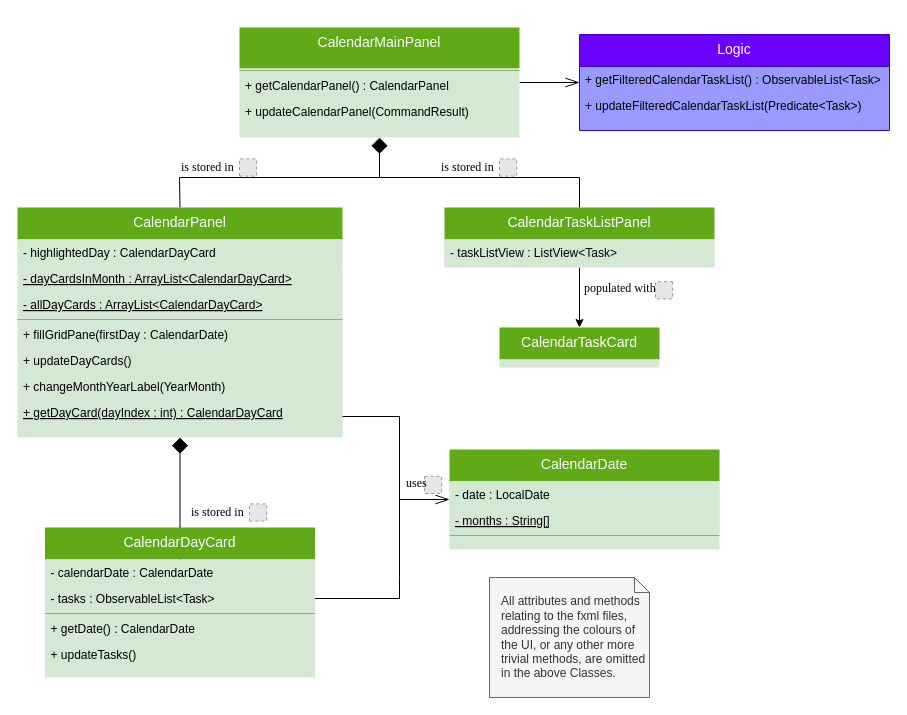
Above: docs/diagrams/CalendarUiClassDiagram.drawio in yapdianhao/main (draw.io), before the change. Source tidied: cells renumbered, new cells numbered last; positions are measured from the earlier drawing's top-left corner, leaving out a move shared by most shapes. Both pictures are drawn from the tidied source at 100%, with x=0, y=0 at pixel (17, 27). Pictures stored in the file or linked from it are replaced by grey dashed boxes.
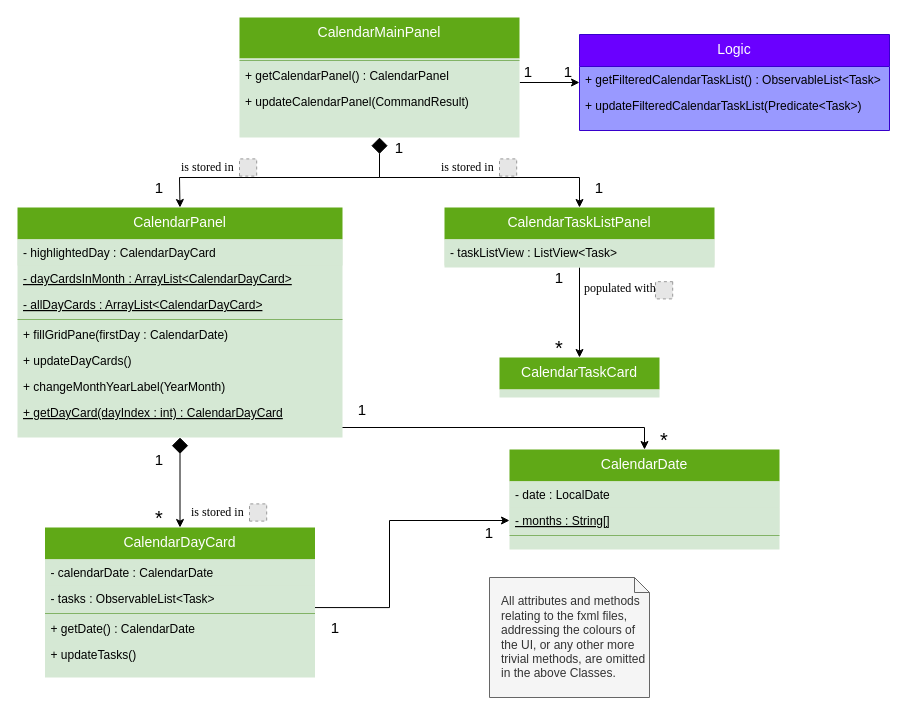
The same page after the edit.

Commit message (it also covers changes not shown here):
update Calendar class diagram

The change refers to these unchanged cells:
```xml
<mxCell id="5" value="+ getCalendarPanel() : CalendarPanel" style="text;strokeColor=none;fillColor=none;align=left;verticalAlign=top;spacingLeft=4;spacingRight=4;overflow=hidden;points=[[0,0.5],[1,0.5]];portConstraint=eastwest;fontSize=12;" parent="3" vertex="1">
  <mxGeometry y="45" width="280" height="26" as="geometry" />
</mxCell>
<mxCell id="9" value="CalendarTaskListPanel" style="swimlane;fontStyle=0;align=center;verticalAlign=top;horizontal=1;startSize=32;rounded=0;shadow=0;strokeWidth=1;fillColor=#60a917;strokeColor=none;fontColor=#ffffff;swimlaneFillColor=#D5E8D4;fontSize=14;" parent="1" vertex="1">
  <mxGeometry x="427" y="180" width="270" height="60" as="geometry" />
</mxCell>
<mxCell id="14" value="CalendarPanel" style="swimlane;fontStyle=0;align=center;verticalAlign=top;horizontal=1;startSize=32;rounded=0;shadow=0;strokeWidth=1;fillColor=#60a917;strokeColor=none;fontColor=#ffffff;swimlaneFillColor=#D5E8D4;fontSize=14;" parent="1" vertex="1">
  <mxGeometry y="180" width="325" height="230" as="geometry" />
</mxCell>
<mxCell id="23" value="CalendarDayCard" style="swimlane;fontStyle=0;align=center;verticalAlign=top;horizontal=1;startSize=32;rounded=0;shadow=0;strokeWidth=1;fillColor=#60a917;strokeColor=none;fontColor=#ffffff;swimlaneFillColor=#D5E8D4;fontSize=14;" parent="1" vertex="1">
  <mxGeometry x="27.5" y="500" width="270" height="150" as="geometry" />
</mxCell>
<mxCell id="25" value="- tasks : ObservableList&lt;Task&gt;" style="text;align=left;verticalAlign=top;spacingLeft=4;spacingRight=4;overflow=hidden;points=[[0,0.5],[1,0.5]];portConstraint=eastwest;fillColor=#d5e8d4;strokeColor=none;" parent="23" vertex="1">
  <mxGeometry y="58" width="270" height="26" as="geometry" />
</mxCell>
<mxCell id="35" value="Logic" style="swimlane;fontStyle=0;align=center;verticalAlign=top;horizontal=1;startSize=32;rounded=0;shadow=0;strokeWidth=1;fillColor=#6a00ff;strokeColor=#3700CC;fontColor=#ffffff;swimlaneFillColor=#9999FF;fontSize=14;" parent="1" vertex="1">
  <mxGeometry x="562" y="7" width="310" height="96" as="geometry" />
</mxCell>
<mxCell id="47" style="group;" parent="1" vertex="1">
  <mxGeometry x="387" y="446" width="77.2" height="20" as="geometry" />
</mxCell>
```

Change to the diagram source:
```diff
@@
-    <mxCell id="2" style="edgeStyle=orthogonalEdgeStyle;rounded=0;jettySize=auto;html=1;exitX=1;exitY=0.5;exitDx=0;exitDy=0;entryX=0;entryY=0.5;entryDx=0;entryDy=0;startArrow=none;startFill=0;endArrow=openThin;endFill=0;endSize=12;strokeColor=#000000;strokeWidth=1;fontSize=12;" parent="1" edge="1" source="3" target="35">
+    <mxCell id="2" style="edgeStyle=orthogonalEdgeStyle;rounded=0;jettySize=auto;html=1;exitX=1.001;exitY=0.782;exitDx=0;exitDy=0;entryX=0;entryY=0.5;entryDx=0;entryDy=0;startArrow=none;startFill=0;endArrow=classic;endFill=1;endSize=6;strokeColor=#000000;strokeWidth=1;fontSize=12;exitPerimeter=0;" parent="1" edge="1" source="5" target="35">
       <mxGeometry relative="1" as="geometry">
         <Array as="points">
           <mxPoint x="562" y="55" />
         </Array>
       </mxGeometry>
     </mxCell>
     <mxCell id="3" value="CalendarMainPanel" style="swimlane;fontStyle=0;align=center;verticalAlign=top;horizontal=1;startSize=41;rounded=0;shadow=0;strokeWidth=1;fillColor=#60a917;strokeColor=none;fontColor=#ffffff;swimlaneFillColor=#D5E8D4;fontSize=14;" parent="1" vertex="1">
-      <mxGeometry x="222" width="280" height="110" as="geometry" />
+      <mxGeometry x="222" y="-10" width="280" height="120" as="geometry" />
     </mxCell>
@@
-    <mxCell id="11" style="endArrow=none;html=1;endSize=12;startArrow=diamond;startSize=14;startFill=1;edgeStyle=orthogonalEdgeStyle;align=left;verticalAlign=bottom;fontSize=14;rounded=0;entryX=0.5;entryY=0;entryDx=0;entryDy=0;endFill=0;" parent="1" edge="1" target="9">
+    <mxCell id="11" style="endArrow=classic;html=1;endSize=6;startArrow=diamond;startSize=14;startFill=1;edgeStyle=orthogonalEdgeStyle;align=left;verticalAlign=bottom;fontSize=14;rounded=0;entryX=0.5;entryY=0;entryDx=0;entryDy=0;endFill=1;" parent="1" edge="1" target="9">
       <mxGeometry x="-0.92" relative="1" as="geometry">
         <mxPoint x="362" y="110" as="sourcePoint" />
         <Array as="points">
           <mxPoint x="362" y="150" />
           <mxPoint x="562" y="150" />
         </Array>
       </mxGeometry>
     </mxCell>
-    <mxCell id="12" style="endArrow=none;html=1;strokeWidth=1;fontSize=14;endFill=0;endSize=12;entryX=0.5;entryY=0;entryDx=0;entryDy=0;rounded=0;" parent="1" edge="1" target="14">
+    <mxCell id="12" style="endArrow=classic;html=1;strokeWidth=1;fontSize=14;endFill=1;endSize=6;entryX=0.5;entryY=0;entryDx=0;entryDy=0;rounded=0;" parent="1" edge="1" target="14">
       <mxGeometry relative="1" as="geometry">
         <mxPoint x="362" y="150" as="sourcePoint" />
         <Array as="points">
           <mxPoint x="162" y="150" />
         </Array>
       </mxGeometry>
     </mxCell>
-    <mxCell id="13" style="endArrow=none;html=1;endSize=12;startArrow=diamond;startSize=14;startFill=1;edgeStyle=orthogonalEdgeStyle;align=left;verticalAlign=bottom;fontSize=14;rounded=0;entryX=0.5;entryY=0;entryDx=0;entryDy=0;endFill=0;exitX=0.5;exitY=1;exitDx=0;exitDy=0;" parent="1" edge="1" source="14" target="23">
-      <mxGeometry x="-0.92" relative="1" as="geometry">
-        <Array as="points">
-          <mxPoint x="163" y="540" />
-          <mxPoint x="163" y="540" />
-        </Array>
-      </mxGeometry>
+    <mxCell id="13" style="endArrow=classic;html=1;endSize=6;startArrow=diamond;startSize=14;startFill=1;edgeStyle=orthogonalEdgeStyle;align=left;verticalAlign=bottom;fontSize=14;rounded=0;endFill=1;exitX=0.5;exitY=1;exitDx=0;exitDy=0;entryX=0.5;entryY=0;entryDx=0;entryDy=0;" parent="1" edge="1" source="14" target="23">
+      <mxGeometry x="-0.92" relative="1" as="geometry" />
     </mxCell>
@@
-    <mxCell id="29" style="edgeStyle=orthogonalEdgeStyle;rounded=0;jettySize=auto;html=1;exitX=1;exitY=0.5;exitDx=0;exitDy=0;entryX=0;entryY=0.5;entryDx=0;entryDy=0;startArrow=none;startFill=0;endArrow=openThin;endFill=0;endSize=12;strokeWidth=1;fontSize=12;" parent="1" edge="1" target="31">
-      <mxGeometry relative="1" as="geometry">
-        <mxPoint x="325" y="389" as="sourcePoint" />
-        <Array as="points">
-          <mxPoint x="382" y="389" />
-          <mxPoint x="382" y="472" />
-        </Array>
-      </mxGeometry>
-    </mxCell>
-    <mxCell id="30" style="endArrow=none;html=1;strokeWidth=1;fontSize=12;exitX=1;exitY=0.5;exitDx=0;exitDy=0;strokeColor=#000000;rounded=0;" parent="1" edge="1" source="25">
-      <mxGeometry relative="1" as="geometry">
-        <mxPoint x="382" y="390" as="targetPoint" />
-        <Array as="points">
-          <mxPoint x="382" y="571" />
-          <mxPoint x="382" y="550" />
-        </Array>
-      </mxGeometry>
-    </mxCell>
-    <mxCell id="31" value="CalendarDate" style="swimlane;fontStyle=0;align=center;verticalAlign=top;horizontal=1;startSize=32;rounded=0;shadow=0;strokeWidth=1;fillColor=#60a917;strokeColor=none;fontColor=#ffffff;swimlaneFillColor=#D5E8D4;fontSize=14;" parent="1" vertex="1">
-      <mxGeometry x="432" y="422" width="270" height="100" as="geometry" />
-    </mxCell>
-    <mxCell id="32" value="- date : LocalDate" style="text;align=left;verticalAlign=top;spacingLeft=4;spacingRight=4;overflow=hidden;rounded=0;shadow=0;html=0;fillColor=#d5e8d4;strokeColor=none;" parent="31" vertex="1">
-      <mxGeometry y="32" width="270" height="26" as="geometry" />
-    </mxCell>
-    <mxCell id="33" value="- months : String[]" style="text;align=left;verticalAlign=top;spacingLeft=4;spacingRight=4;overflow=hidden;points=[[0,0.5],[1,0.5]];portConstraint=eastwest;fillColor=#d5e8d4;strokeColor=none;fontStyle=4;" parent="31" vertex="1">
-      <mxGeometry y="58" width="270" height="26" as="geometry" />
-    </mxCell>
-    <mxCell id="34" style="line;html=1;strokeWidth=1;align=left;verticalAlign=middle;spacingTop=-1;spacingLeft=3;spacingRight=3;labelPosition=right;fillColor=#d5e8d4;strokeColor=#82b366;shadow=0;gradientColor=none;" parent="31" vertex="1">
-      <mxGeometry y="84" width="270" height="4" as="geometry" />
-    </mxCell>
@@
-    <mxCell id="48" style="group;" parent="47" vertex="1">
-      <mxGeometry width="77.2" height="20" as="geometry" />
-    </mxCell>
-    <mxCell id="49" style="fillColor=#E6E6E6;strokeColor=#999999;dashed=1;html=1;verticalAlign=top;verticalLabelPosition=bottom;labelBackgroundColor=#ffffff;rotation=0;" parent="48" vertex="1">
-      <mxGeometry x="20" y="2.8" width="17.2" height="17.2" as="geometry" />
-    </mxCell>
-    <mxCell id="50" value="&lt;div align=&quot;left&quot;&gt;&lt;p&gt;&lt;font face=&quot;Times New Roman&quot;&gt;uses&lt;/font&gt;&lt;/p&gt;&lt;/div&gt;" style="text;html=1;align=left;verticalAlign=middle;whiteSpace=wrap;rounded=0;shadow=0;" parent="48" vertex="1">
-      <mxGeometry width="20" height="20" as="geometry" />
-    </mxCell>
-    <mxCell id="51" value="CalendarTaskCard" style="swimlane;fontStyle=0;align=center;verticalAlign=top;horizontal=1;startSize=32;rounded=0;shadow=0;strokeWidth=1;fillColor=#60a917;strokeColor=none;fontColor=#ffffff;swimlaneFillColor=#D5E8D4;fontSize=14;" parent="1" vertex="1">
-      <mxGeometry x="482" y="300" width="160" height="40" as="geometry" />
-    </mxCell>
@@
+    <mxCell id="55" value="&lt;font style=&quot;font-size: 15px&quot;&gt;1&lt;/font&gt;" style="text;html=1;strokeColor=none;fillColor=none;align=center;verticalAlign=middle;whiteSpace=wrap;rounded=0;" parent="1" vertex="1">
+      <mxGeometry x="531" y="34" width="40" height="20" as="geometry" />
+    </mxCell>
+    <mxCell id="56" value="&lt;font style=&quot;font-size: 15px&quot;&gt;1&lt;/font&gt;" style="text;html=1;strokeColor=none;fillColor=none;align=center;verticalAlign=middle;whiteSpace=wrap;rounded=0;" parent="1" vertex="1">
+      <mxGeometry x="122" y="150" width="40" height="20" as="geometry" />
+    </mxCell>
+    <mxCell id="57" value="&lt;font style=&quot;font-size: 15px&quot;&gt;1&lt;/font&gt;" style="text;html=1;strokeColor=none;fillColor=none;align=center;verticalAlign=middle;whiteSpace=wrap;rounded=0;" parent="1" vertex="1">
+      <mxGeometry x="562" y="150" width="40" height="20" as="geometry" />
+    </mxCell>
+    <mxCell id="51" value="CalendarTaskCard" style="swimlane;fontStyle=0;align=center;verticalAlign=top;horizontal=1;startSize=32;rounded=0;shadow=0;strokeWidth=1;fillColor=#60a917;strokeColor=none;fontColor=#ffffff;swimlaneFillColor=#D5E8D4;fontSize=14;" parent="1" vertex="1">
+      <mxGeometry x="482" y="330" width="160" height="40" as="geometry" />
+    </mxCell>
+    <mxCell id="58" value="&lt;font style=&quot;font-size: 20px&quot;&gt;*&lt;/font&gt;" style="text;html=1;strokeColor=none;fillColor=none;align=center;verticalAlign=middle;whiteSpace=wrap;rounded=0;" parent="1" vertex="1">
+      <mxGeometry x="522" y="310" width="40" height="20" as="geometry" />
+    </mxCell>
+    <mxCell id="59" value="&lt;font style=&quot;font-size: 15px&quot;&gt;1&lt;/font&gt;" style="text;html=1;strokeColor=none;fillColor=none;align=center;verticalAlign=middle;whiteSpace=wrap;rounded=0;" parent="1" vertex="1">
+      <mxGeometry x="522" y="240" width="40" height="20" as="geometry" />
+    </mxCell>
+    <mxCell id="60" style="edgeStyle=orthogonalEdgeStyle;rounded=0;jettySize=auto;html=1;entryX=0;entryY=0.5;entryDx=0;entryDy=0;exitX=1;exitY=0.849;exitDx=0;exitDy=0;exitPerimeter=0;" parent="1" edge="1" source="25" target="33">
+      <mxGeometry relative="1" as="geometry">
+        <Array as="points">
+          <mxPoint x="372" y="580" />
+          <mxPoint x="372" y="493" />
+        </Array>
+      </mxGeometry>
+    </mxCell>
+    <mxCell id="61" value="&lt;font style=&quot;font-size: 15px&quot;&gt;1&lt;/font&gt;" style="text;html=1;strokeColor=none;fillColor=none;align=center;verticalAlign=middle;whiteSpace=wrap;rounded=0;" parent="1" vertex="1">
+      <mxGeometry x="297.5" y="590" width="40" height="20" as="geometry" />
+    </mxCell>
+    <mxCell id="62" value="&lt;font style=&quot;font-size: 15px&quot;&gt;1&lt;/font&gt;" style="text;html=1;strokeColor=none;fillColor=none;align=center;verticalAlign=middle;whiteSpace=wrap;rounded=0;" parent="1" vertex="1">
+      <mxGeometry x="452" y="495" width="40" height="20" as="geometry" />
+    </mxCell>
+    <mxCell id="63" value="&lt;font style=&quot;font-size: 15px&quot;&gt;1&lt;/font&gt;" style="text;html=1;strokeColor=none;fillColor=none;align=center;verticalAlign=middle;whiteSpace=wrap;rounded=0;" parent="1" vertex="1">
+      <mxGeometry x="122" y="422" width="40" height="20" as="geometry" />
+    </mxCell>
+    <mxCell id="64" value="&lt;font style=&quot;font-size: 20px&quot;&gt;*&lt;/font&gt;" style="text;html=1;strokeColor=none;fillColor=none;align=center;verticalAlign=middle;whiteSpace=wrap;rounded=0;" parent="1" vertex="1">
+      <mxGeometry x="122" y="480" width="40" height="20" as="geometry" />
+    </mxCell>
+    <mxCell id="65" style="edgeStyle=orthogonalEdgeStyle;rounded=0;jettySize=auto;html=1;entryX=0.5;entryY=0;entryDx=0;entryDy=0;" parent="1" edge="1" target="31">
+      <mxGeometry relative="1" as="geometry">
+        <mxPoint x="325" y="400" as="sourcePoint" />
+        <Array as="points">
+          <mxPoint x="325" y="400" />
+          <mxPoint x="627" y="400" />
+        </Array>
+      </mxGeometry>
+    </mxCell>
+    <mxCell id="66" value="&lt;font style=&quot;font-size: 15px&quot;&gt;1&lt;/font&gt;" style="text;html=1;strokeColor=none;fillColor=none;align=center;verticalAlign=middle;whiteSpace=wrap;rounded=0;" parent="1" vertex="1">
+      <mxGeometry x="325" y="372" width="40" height="20" as="geometry" />
+    </mxCell>
+    <mxCell id="31" value="CalendarDate" style="swimlane;fontStyle=0;align=center;verticalAlign=top;horizontal=1;startSize=32;rounded=0;shadow=0;strokeWidth=1;fillColor=#60a917;strokeColor=none;fontColor=#ffffff;swimlaneFillColor=#D5E8D4;fontSize=14;" parent="1" vertex="1">
+      <mxGeometry x="492" y="422" width="270" height="100" as="geometry" />
+    </mxCell>
+    <mxCell id="32" value="- date : LocalDate" style="text;align=left;verticalAlign=top;spacingLeft=4;spacingRight=4;overflow=hidden;rounded=0;shadow=0;html=0;fillColor=#d5e8d4;strokeColor=none;" parent="31" vertex="1">
+      <mxGeometry y="32" width="270" height="26" as="geometry" />
+    </mxCell>
+    <mxCell id="33" value="- months : String[]" style="text;align=left;verticalAlign=top;spacingLeft=4;spacingRight=4;overflow=hidden;points=[[0,0.5],[1,0.5]];portConstraint=eastwest;fillColor=#d5e8d4;strokeColor=none;fontStyle=4;" parent="31" vertex="1">
+      <mxGeometry y="58" width="270" height="26" as="geometry" />
+    </mxCell>
+    <mxCell id="34" style="line;html=1;strokeWidth=1;align=left;verticalAlign=middle;spacingTop=-1;spacingLeft=3;spacingRight=3;labelPosition=right;fillColor=#d5e8d4;strokeColor=#82b366;shadow=0;gradientColor=none;" parent="31" vertex="1">
+      <mxGeometry y="84" width="270" height="4" as="geometry" />
+    </mxCell>
+    <mxCell id="67" value="&lt;font style=&quot;font-size: 20px&quot;&gt;*&lt;/font&gt;" style="text;html=1;strokeColor=none;fillColor=none;align=center;verticalAlign=middle;whiteSpace=wrap;rounded=0;" parent="1" vertex="1">
+      <mxGeometry x="626.6" y="402" width="40" height="20" as="geometry" />
+    </mxCell>
+    <mxCell id="68" value="&lt;font style=&quot;font-size: 15px&quot;&gt;1&lt;/font&gt;" style="text;html=1;strokeColor=none;fillColor=none;align=center;verticalAlign=middle;whiteSpace=wrap;rounded=0;" parent="1" vertex="1">
+      <mxGeometry x="491" y="34" width="40" height="20" as="geometry" />
+    </mxCell>
+    <mxCell id="69" value="&lt;font style=&quot;font-size: 15px&quot;&gt;1&lt;/font&gt;" style="text;html=1;strokeColor=none;fillColor=none;align=center;verticalAlign=middle;whiteSpace=wrap;rounded=0;" parent="1" vertex="1">
+      <mxGeometry x="362" y="110" width="40" height="20" as="geometry" />
+    </mxCell>
```
